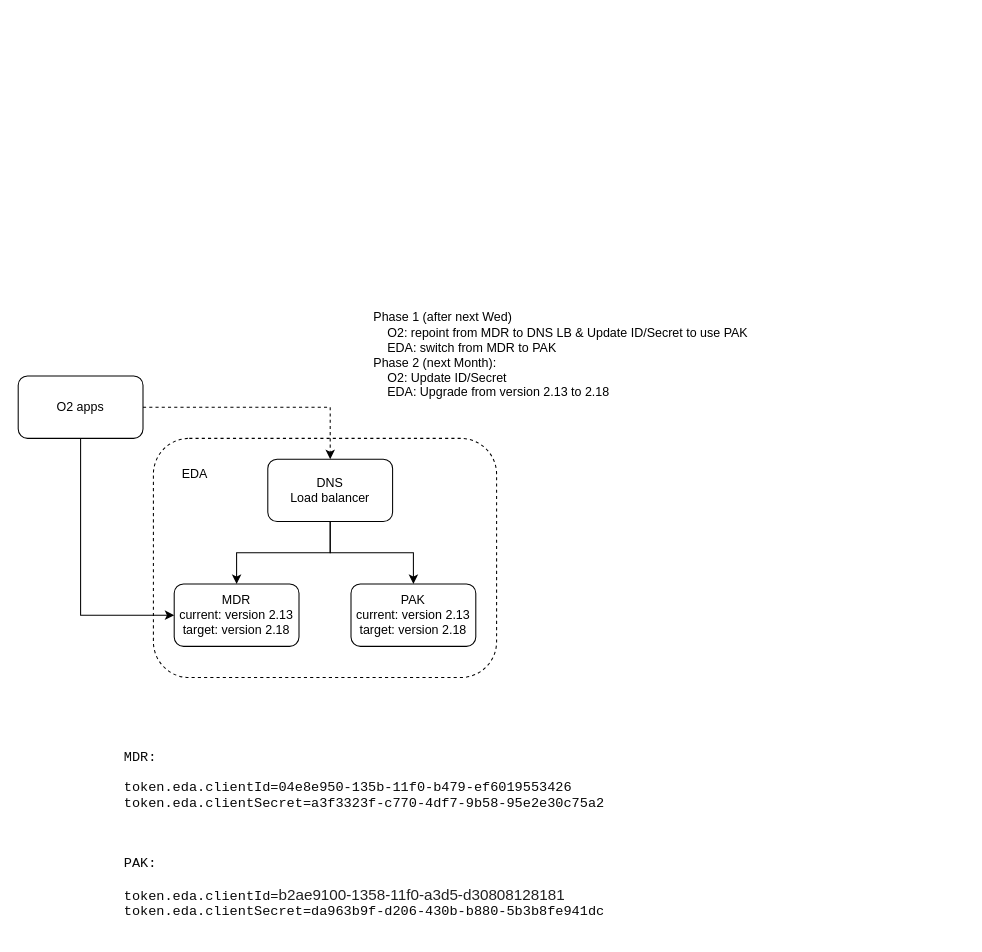
huangdgm/drawio keeps this draw.io diagram as page "Page-3" (3 of 3) of sparknz_branches.drawio. Above is the earlier version. Source tidied: cells renumbered, new cells numbered last; positions are measured from the earlier drawing's top-left corner, leaving out a move shared by most shapes. Both pictures are drawn from the tidied source at 104%, with x=0, y=0 at pixel (18, 292).
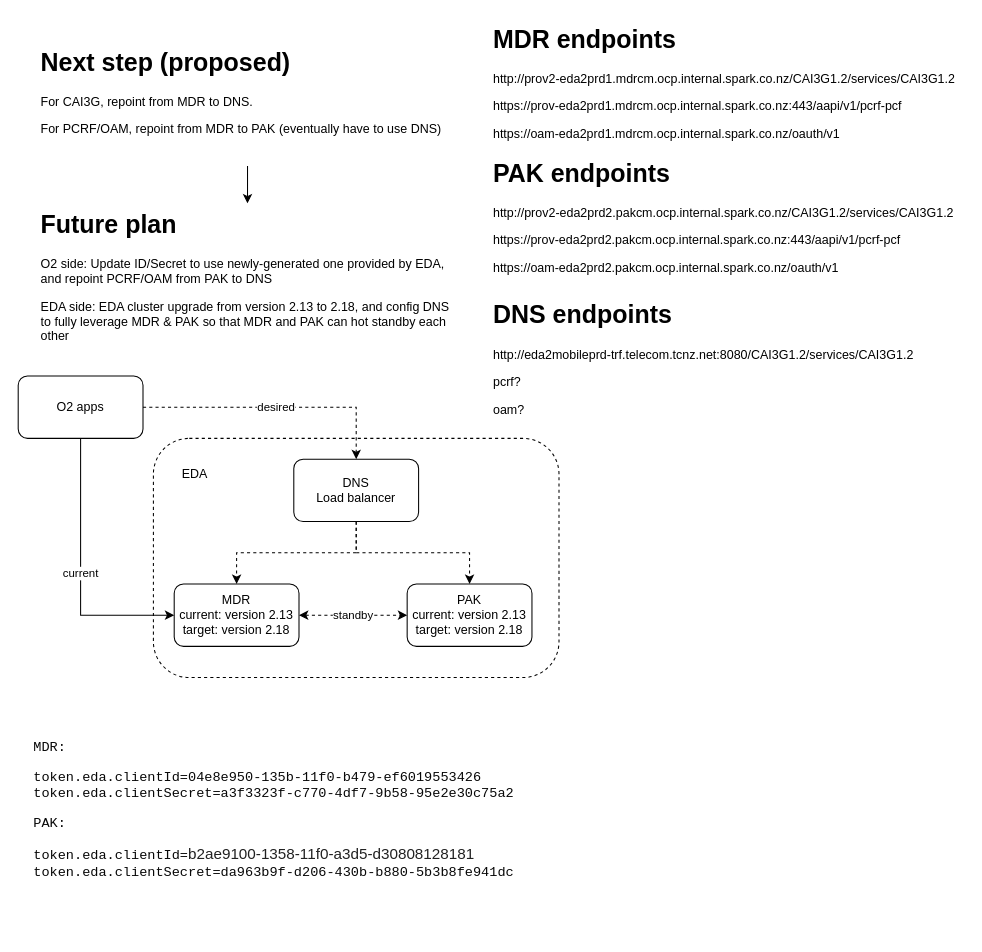
After the change.

The edit, as a diff of the source:
```diff
@@
 <mxGraphModel>
   <root>
     <mxCell id="0" />
     <mxCell id="1" parent="0" />
     <mxCell id="2" style="rounded=1;whiteSpace=wrap;html=1;dashed=1;" parent="1" vertex="1">
-      <mxGeometry x="130" y="140" width="330" height="230" as="geometry" />
+      <mxGeometry x="130" y="140" width="390" height="230" as="geometry" />
     </mxCell>
+    <mxCell id="14" value="standby" style="edgeStyle=orthogonalEdgeStyle;rounded=0;jettySize=auto;html=1;exitX=1;exitY=0.5;exitDx=0;exitDy=0;entryX=0;entryY=0.5;entryDx=0;entryDy=0;startArrow=classic;startFill=1;dashed=1;" parent="1" edge="1" source="3" target="4">
+      <mxGeometry relative="1" as="geometry" />
+    </mxCell>
     <mxCell id="3" value="MDR&lt;div&gt;current: version 2.13&lt;/div&gt;&lt;div&gt;target: version 2.18&lt;/div&gt;" style="rounded=1;whiteSpace=wrap;html=1;" parent="1" vertex="1">
       <mxGeometry x="150" y="280" width="120" height="60" as="geometry" />
     </mxCell>
     <mxCell id="4" value="PAK&lt;div&gt;current: version 2.13&lt;/div&gt;&lt;div&gt;target: version 2.18&lt;/div&gt;" style="rounded=1;whiteSpace=wrap;html=1;" parent="1" vertex="1">
-      <mxGeometry x="320" y="280" width="120" height="60" as="geometry" />
+      <mxGeometry x="374" y="280" width="120" height="60" as="geometry" />
     </mxCell>
-    <mxCell id="5" style="edgeStyle=orthogonalEdgeStyle;rounded=0;jettySize=auto;html=1;exitX=0.5;exitY=1;exitDx=0;exitDy=0;entryX=0.5;entryY=0;entryDx=0;entryDy=0;" parent="1" edge="1" source="7" target="3">
+    <mxCell id="5" style="edgeStyle=orthogonalEdgeStyle;rounded=0;jettySize=auto;html=1;exitX=0.5;exitY=1;exitDx=0;exitDy=0;entryX=0.5;entryY=0;entryDx=0;entryDy=0;dashed=1;" parent="1" edge="1" source="7" target="3">
       <mxGeometry relative="1" as="geometry" />
     </mxCell>
-    <mxCell id="6" style="edgeStyle=orthogonalEdgeStyle;rounded=0;jettySize=auto;html=1;exitX=0.5;exitY=1;exitDx=0;exitDy=0;entryX=0.5;entryY=0;entryDx=0;entryDy=0;" parent="1" edge="1" source="7" target="4">
+    <mxCell id="6" style="edgeStyle=orthogonalEdgeStyle;rounded=0;jettySize=auto;html=1;exitX=0.5;exitY=1;exitDx=0;exitDy=0;entryX=0.5;entryY=0;entryDx=0;entryDy=0;dashed=1;" parent="1" edge="1" source="7" target="4">
       <mxGeometry relative="1" as="geometry" />
     </mxCell>
     <mxCell id="7" value="DNS&lt;div&gt;Load balancer&lt;/div&gt;" style="rounded=1;whiteSpace=wrap;html=1;" parent="1" vertex="1">
-      <mxGeometry x="240" y="160" width="120" height="60" as="geometry" />
+      <mxGeometry x="265" y="160" width="120" height="60" as="geometry" />
     </mxCell>
-    <mxCell id="8" style="edgeStyle=orthogonalEdgeStyle;rounded=0;jettySize=auto;html=1;exitX=0.5;exitY=1;exitDx=0;exitDy=0;entryX=0;entryY=0.5;entryDx=0;entryDy=0;" parent="1" edge="1" source="10" target="3">
+    <mxCell id="8" value="current" style="edgeStyle=orthogonalEdgeStyle;rounded=0;jettySize=auto;html=1;exitX=0.5;exitY=1;exitDx=0;exitDy=0;entryX=0;entryY=0.5;entryDx=0;entryDy=0;" parent="1" edge="1" source="10" target="3">
       <mxGeometry relative="1" as="geometry" />
     </mxCell>
-    <mxCell id="9" style="edgeStyle=orthogonalEdgeStyle;rounded=0;jettySize=auto;html=1;exitX=1;exitY=0.5;exitDx=0;exitDy=0;dashed=1;" parent="1" edge="1" source="10" target="7">
+    <mxCell id="9" value="desired" style="edgeStyle=orthogonalEdgeStyle;rounded=0;jettySize=auto;html=1;exitX=1;exitY=0.5;exitDx=0;exitDy=0;dashed=1;" parent="1" edge="1" source="10" target="7">
       <mxGeometry relative="1" as="geometry" />
     </mxCell>
     <mxCell id="10" value="O2 apps" style="rounded=1;whiteSpace=wrap;html=1;" parent="1" vertex="1">
       <mxGeometry y="80" width="120" height="60" as="geometry" />
     </mxCell>
     <mxCell id="11" value="EDA" style="text;html=1;align=center;verticalAlign=middle;whiteSpace=wrap;rounded=0;" parent="1" vertex="1">
       <mxGeometry x="140" y="160" width="60" height="30" as="geometry" />
     </mxCell>
-    <mxCell id="12" value="&lt;div style=&quot;background-color: rgb(255, 255, 255); color: rgb(8, 8, 8);&quot;&gt;&lt;pre style=&quot;font-family:'JetBrains Mono',monospace;font-size:9.8pt;&quot;&gt;MDR:&lt;/pre&gt;&lt;pre style=&quot;font-family:'JetBrains Mono',monospace;font-size:9.8pt;&quot;&gt;token.eda.clientId=04e8e950-135b-11f0-b479-ef6019553426&lt;br&gt;token.eda.clientSecret=a3f3323f-c770-4df7-9b58-95e2e30c75a2&lt;/pre&gt;&lt;pre style=&quot;font-family:'JetBrains Mono',monospace;font-size:9.8pt;&quot;&gt;&lt;br&gt;&lt;/pre&gt;&lt;pre style=&quot;font-family:'JetBrains Mono',monospace;font-size:9.8pt;&quot;&gt;PAK:&lt;/pre&gt;&lt;pre style=&quot;font-family:'JetBrains Mono',monospace;font-size:9.8pt;&quot;&gt;&lt;div&gt;&lt;pre style=&quot;font-family:'JetBrains Mono',monospace;font-size:9.8pt;&quot;&gt;token.eda.clientId=&lt;span style=&quot;caret-color: rgb(33, 33, 33); color: rgb(33, 33, 33); font-family: Aptos, sans-serif; font-size: 14.6667px; white-space-collapse: collapse;&quot;&gt;b2ae9100-1358-11f0-a3d5-d30808128181&lt;/span&gt;&lt;br&gt;token.eda.clientSecret=da963b9f-d206-430b-b880-5b3b8fe941dc&lt;/pre&gt;&lt;/div&gt;&lt;/pre&gt;&lt;/div&gt;" style="text;whiteSpace=wrap;html=1;" parent="1" vertex="1">
-      <mxGeometry x="100" y="420" width="500" height="80" as="geometry" />
+    <mxCell id="12" value="&lt;div style=&quot;background-color: rgb(255, 255, 255); color: rgb(8, 8, 8);&quot;&gt;&lt;pre style=&quot;font-family:'JetBrains Mono',monospace;font-size:9.8pt;&quot;&gt;MDR:&lt;/pre&gt;&lt;pre style=&quot;font-family:'JetBrains Mono',monospace;font-size:9.8pt;&quot;&gt;token.eda.clientId=04e8e950-135b-11f0-b479-ef6019553426&lt;br&gt;token.eda.clientSecret=a3f3323f-c770-4df7-9b58-95e2e30c75a2&lt;/pre&gt;&lt;pre style=&quot;font-family:'JetBrains Mono',monospace;font-size:9.8pt;&quot;&gt;PAK:&lt;/pre&gt;&lt;pre style=&quot;font-family:'JetBrains Mono',monospace;font-size:9.8pt;&quot;&gt;&lt;div&gt;&lt;pre style=&quot;font-family:'JetBrains Mono',monospace;font-size:9.8pt;&quot;&gt;token.eda.clientId=&lt;span style=&quot;caret-color: rgb(33, 33, 33); color: rgb(33, 33, 33); font-family: Aptos, sans-serif; font-size: 14.6667px; white-space-collapse: collapse;&quot;&gt;b2ae9100-1358-11f0-a3d5-d30808128181&lt;/span&gt;&lt;br&gt;token.eda.clientSecret=da963b9f-d206-430b-b880-5b3b8fe941dc&lt;/pre&gt;&lt;/div&gt;&lt;/pre&gt;&lt;/div&gt;" style="text;whiteSpace=wrap;html=1;" parent="1" vertex="1">
+      <mxGeometry x="13" y="410" width="500" height="166" as="geometry" />
     </mxCell>
-    <mxCell id="13" value="Phase 1 (after next Wed)&lt;div&gt;&amp;nbsp; &amp;nbsp; O2: repoint from MDR to DNS LB &amp;amp; Update ID/Secret to use PAK&lt;/div&gt;&lt;div&gt;&amp;nbsp; &amp;nbsp; EDA: switch from MDR to PAK&lt;br&gt;&lt;div&gt;Phase 2 (next Month):&lt;/div&gt;&lt;div&gt;&amp;nbsp; &amp;nbsp; O2: Update ID/Secret&lt;/div&gt;&lt;/div&gt;&lt;div&gt;&amp;nbsp; &amp;nbsp; EDA: Upgrade from version 2.13 to 2.18&lt;/div&gt;" style="text;html=1;align=left;verticalAlign=middle;whiteSpace=wrap;rounded=0;" parent="1" vertex="1">
-      <mxGeometry x="340" width="380" height="120" as="geometry" />
-    </mxCell>
+    <mxCell id="15" value="&lt;h1 style=&quot;margin-top: 0px;&quot;&gt;MDR endpoints&lt;/h1&gt;&lt;p&gt;http://prov2-eda2prd1.mdrcm.ocp.internal.spark.co.nz/CAI3G1.2/services/CAI3G1.2&lt;/p&gt;&lt;p&gt;https://prov-eda2prd1.mdrcm.ocp.internal.spark.co.nz:443/aapi/v1/pcrf-pcf&lt;/p&gt;&lt;p&gt;https://oam-eda2prd1.mdrcm.ocp.internal.spark.co.nz/oauth/v1&lt;/p&gt;" style="text;html=1;whiteSpace=wrap;overflow=hidden;rounded=0;" parent="1" vertex="1">
+      <mxGeometry x="455" y="-264" width="454" height="120" as="geometry" />
+    </mxCell>
+    <mxCell id="16" value="&lt;h1 style=&quot;margin-top: 0px;&quot;&gt;PAK endpoints&lt;/h1&gt;&lt;p&gt;http://prov2-eda2prd2.pakcm.ocp.internal.spark.co.nz/CAI3G1.2/services/CAI3G1.2&lt;/p&gt;&lt;p&gt;https://prov-eda2prd2.pakcm.ocp.internal.spark.co.nz:443/aapi/v1/pcrf-pcf&lt;/p&gt;&lt;p&gt;https://oam-eda2prd2.pakcm.ocp.internal.spark.co.nz/oauth/v1&lt;/p&gt;" style="text;html=1;whiteSpace=wrap;overflow=hidden;rounded=0;" parent="1" vertex="1">
+      <mxGeometry x="455" y="-135" width="454" height="120" as="geometry" />
+    </mxCell>
+    <mxCell id="17" style="edgeStyle=orthogonalEdgeStyle;rounded=0;jettySize=auto;html=1;" parent="1" edge="1" source="18" target="19">
+      <mxGeometry relative="1" as="geometry" />
+    </mxCell>
+    <mxCell id="18" value="&lt;h1 style=&quot;margin-top: 0px;&quot;&gt;Next step (proposed)&lt;/h1&gt;&lt;p&gt;For CAI3G, repoint from MDR to DNS.&lt;/p&gt;&lt;p&gt;For PCRF/OAM, repoint from MDR to PAK (eventually have to use DNS)&lt;/p&gt;" style="text;html=1;whiteSpace=wrap;overflow=hidden;rounded=0;" parent="1" vertex="1">
+      <mxGeometry x="20" y="-242" width="401" height="120" as="geometry" />
+    </mxCell>
+    <mxCell id="19" value="&lt;h1 style=&quot;margin-top: 0px;&quot;&gt;Future plan&lt;/h1&gt;&lt;p&gt;O2 side: Update ID/Secret to use newly-generated one provided by EDA, and repoint PCRF/OAM from PAK to DNS&lt;/p&gt;&lt;p&gt;EDA side: EDA cluster upgrade from version 2.13 to 2.18, and config DNS to fully leverage MDR &amp;amp; PAK so that MDR and PAK can hot standby each other&lt;/p&gt;" style="text;html=1;whiteSpace=wrap;overflow=hidden;rounded=0;" parent="1" vertex="1">
+      <mxGeometry x="20" y="-86" width="401" height="143" as="geometry" />
+    </mxCell>
+    <mxCell id="20" value="&lt;h1 style=&quot;margin-top: 0px;&quot;&gt;DNS endpoints&lt;/h1&gt;&lt;p&gt;&lt;span style=&quot;background-color: transparent;&quot;&gt;http://eda2mobileprd-trf.telecom.tcnz.net:8080/CAI3G1.2/services/CAI3G1.2&lt;/span&gt;&lt;/p&gt;&lt;p&gt;&lt;span style=&quot;background-color: transparent;&quot;&gt;pcrf?&lt;/span&gt;&lt;/p&gt;&lt;p&gt;&lt;span style=&quot;background-color: transparent;&quot;&gt;oam?&lt;/span&gt;&lt;/p&gt;" style="text;html=1;whiteSpace=wrap;overflow=hidden;rounded=0;" parent="1" vertex="1">
+      <mxGeometry x="455" y="1" width="454" height="120" as="geometry" />
+    </mxCell>
   </root>
 </mxGraphModel>
```
